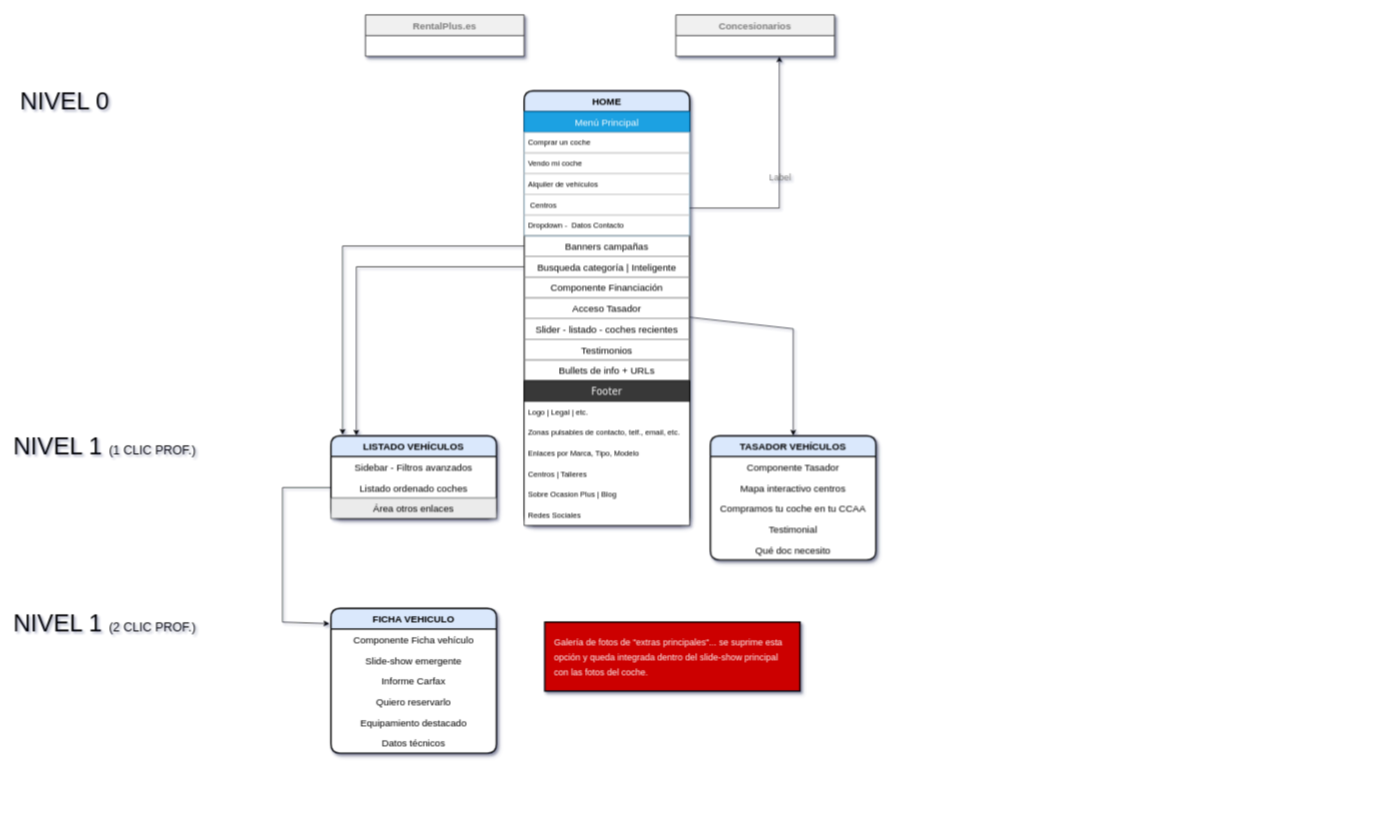
Above: portfolio/AW_OcasionPlus.drawio in enriquesaez/homepage (draw.io), before the change. Source tidied: cells renumbered, new cells numbered last; positions are measured from the earlier drawing's top-left corner, leaving out a move shared by most shapes. Both pictures are drawn from the tidied source at 69%, with x=0, y=0 at pixel (12, 14).
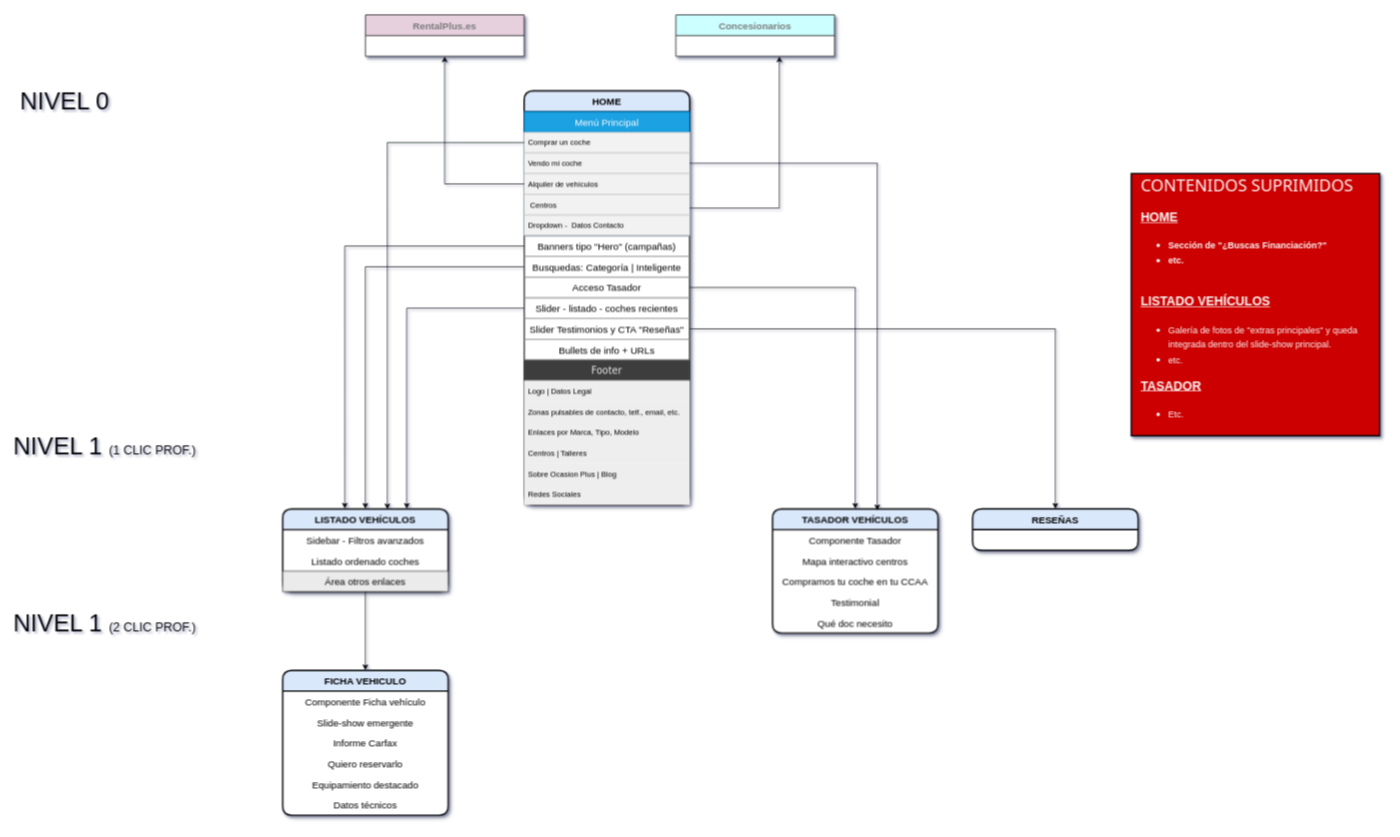
After the change.

The change refers to these unchanged cells:
```xml
<mxCell id="3" value="Menú Principal" style="swimlane;fontStyle=0;horizontal=1;startSize=30;fontFamily=Helvetica;fontSize=14;strokeWidth=1;fillColor=#1ba1e2;strokeColor=#006EAF;swimlaneFillColor=default;fontColor=#ffffff;" parent="2" vertex="1">
  <mxGeometry y="30" width="240" height="180" as="geometry" />
</mxCell>
<mxCell id="25" value="Listado ordenado coches" style="text;strokeColor=none;fillColor=none;align=center;verticalAlign=middle;spacingLeft=4;spacingRight=4;overflow=hidden;points=[[0,0.5],[1,0.5]];portConstraint=eastwest;strokeWidth=2;fontStyle=0;fontSize=14;" parent="23" vertex="1">
  <mxGeometry y="60" width="240" height="30" as="geometry" />
</mxCell>
<mxCell id="26" value="Área otros enlaces" style="swimlane;fontStyle=0;horizontal=1;startSize=30;fontFamily=Helvetica;fontSize=14;strokeWidth=1;fillColor=#EBEBEB;strokeColor=#36393d;gradientColor=none;swimlaneFillColor=default;" parent="23" vertex="1" collapsed="1">
  <mxGeometry y="90" width="240" height="30" as="geometry" />
</mxCell>
<mxCell id="48" style="endArrow=classic;html=1;rounded=0;fontSize=13;fontColor=#7D7D7D;" parent="1" edge="1">
  <mxGeometry relative="1" as="geometry">
    <mxPoint x="982" y="280" as="sourcePoint" />
    <mxPoint x="1112" y="60" as="targetPoint" />
    <Array as="points">
      <mxPoint x="1112" y="280" />
    </Array>
  </mxGeometry>
</mxCell>
```

What changed in the source:
```diff
@@
     <mxCell id="2" value="HOME" style="swimlane;fontStyle=1;horizontal=1;startSize=30;fillColor=#dae8fc;strokeColor=default;gradientColor=none;swimlaneFillColor=default;strokeWidth=2;perimeterSpacing=0;rounded=1;shadow=1;sketch=0;glass=0;fontSize=14;" parent="1" vertex="1">
-      <mxGeometry x="742" y="110" width="240" height="630" as="geometry" />
+      <mxGeometry x="742" y="110" width="240" height="600" as="geometry" />
     </mxCell>
@@
-    <mxCell id="4" value="Comprar un coche" style="text;strokeColor=#BFBFBF;fillColor=none;align=left;verticalAlign=middle;spacingLeft=4;spacingRight=4;overflow=hidden;points=[[0,0.5],[1,0.5]];portConstraint=eastwest;fontFamily=Helvetica;fontSize=11;fontColor=default;strokeWidth=1;" parent="3" vertex="1">
+    <mxCell id="4" value="Comprar un coche" style="text;strokeColor=#BFBFBF;fillColor=#F2F2F2;align=left;verticalAlign=middle;spacingLeft=4;spacingRight=4;overflow=hidden;points=[[0,0.5],[1,0.5]];portConstraint=eastwest;fontFamily=Helvetica;fontSize=11;fontColor=default;strokeWidth=1;" parent="3" vertex="1">
       <mxGeometry y="30" width="240" height="30" as="geometry" />
     </mxCell>
-    <mxCell id="5" value="Vendo mi coche" style="text;strokeColor=#BFBFBF;fillColor=none;align=left;verticalAlign=middle;spacingLeft=4;spacingRight=4;overflow=hidden;points=[[0,0.5],[1,0.5]];portConstraint=eastwest;fontFamily=Helvetica;fontSize=11;fontColor=default;strokeWidth=1;" parent="3" vertex="1">
+    <mxCell id="5" value="Vendo mi coche" style="text;strokeColor=#BFBFBF;fillColor=#F2F2F2;align=left;verticalAlign=middle;spacingLeft=4;spacingRight=4;overflow=hidden;points=[[0,0.5],[1,0.5]];portConstraint=eastwest;fontFamily=Helvetica;fontSize=11;fontColor=default;strokeWidth=1;" parent="3" vertex="1">
       <mxGeometry y="60" width="240" height="30" as="geometry" />
     </mxCell>
-    <mxCell id="6" value="Alquiler de vehículos" style="text;strokeColor=#BFBFBF;fillColor=none;align=left;verticalAlign=middle;spacingLeft=4;spacingRight=4;overflow=hidden;points=[[0,0.5],[1,0.5]];portConstraint=eastwest;fontFamily=Helvetica;fontSize=11;fontColor=default;strokeWidth=1;" parent="3" vertex="1">
+    <mxCell id="6" value="Alquiler de vehículos" style="text;strokeColor=#BFBFBF;fillColor=#F2F2F2;align=left;verticalAlign=middle;spacingLeft=4;spacingRight=4;overflow=hidden;points=[[0,0.5],[1,0.5]];portConstraint=eastwest;fontFamily=Helvetica;fontSize=11;fontColor=default;strokeWidth=1;" parent="3" vertex="1">
       <mxGeometry y="90" width="240" height="30" as="geometry" />
     </mxCell>
-    <mxCell id="7" value=" Centros" style="text;strokeColor=#BFBFBF;fillColor=none;align=left;verticalAlign=middle;spacingLeft=4;spacingRight=4;overflow=hidden;fontFamily=Helvetica;fontSize=11;fontColor=default;strokeWidth=1;" parent="3" vertex="1">
+    <mxCell id="7" value=" Centros" style="text;strokeColor=#BFBFBF;fillColor=#F2F2F2;align=left;verticalAlign=middle;spacingLeft=4;spacingRight=4;overflow=hidden;fontFamily=Helvetica;fontSize=11;fontColor=default;strokeWidth=1;" parent="3" vertex="1">
       <mxGeometry y="120" width="240" height="30" as="geometry" />
     </mxCell>
-    <mxCell id="8" value="Dropdown -  Datos Contacto" style="text;strokeColor=#BFBFBF;fillColor=none;align=left;verticalAlign=middle;spacingLeft=4;spacingRight=4;overflow=hidden;fontFamily=Helvetica;fontSize=11;fontColor=default;strokeWidth=1;" parent="3" vertex="1">
+    <mxCell id="8" value="Dropdown -  Datos Contacto" style="text;strokeColor=#BFBFBF;fillColor=#F2F2F2;align=left;verticalAlign=middle;spacingLeft=4;spacingRight=4;overflow=hidden;fontFamily=Helvetica;fontSize=11;fontColor=default;strokeWidth=1;" parent="3" vertex="1">
       <mxGeometry y="150" width="240" height="30" as="geometry" />
     </mxCell>
-    <mxCell id="9" value="Banners campañas" style="text;strokeColor=#8C8C8C;fillColor=none;align=center;verticalAlign=middle;spacingLeft=4;spacingRight=4;overflow=hidden;points=[[0,0.5],[1,0.5]];portConstraint=eastwest;strokeWidth=1;fontStyle=0;fontSize=14;" parent="2" vertex="1">
+    <mxCell id="9" value="Banners tipo &quot;Hero&quot; (campañas)" style="text;strokeColor=#8C8C8C;fillColor=none;align=center;verticalAlign=middle;spacingLeft=4;spacingRight=4;overflow=hidden;points=[[0,0.5],[1,0.5]];portConstraint=eastwest;strokeWidth=1;fontStyle=0;fontSize=14;" parent="2" vertex="1">
       <mxGeometry y="210" width="240" height="30" as="geometry" />
     </mxCell>
-    <mxCell id="10" value="Busqueda categoría | Inteligente" style="text;strokeColor=#8C8C8C;fillColor=none;align=center;verticalAlign=middle;spacingLeft=4;spacingRight=4;overflow=hidden;points=[[0,0.5],[1,0.5]];portConstraint=eastwest;strokeWidth=1;fontStyle=0;fontSize=14;" parent="2" vertex="1">
+    <mxCell id="10" value="Busquedas: Categoría | Inteligente" style="text;strokeColor=#8C8C8C;fillColor=none;align=center;verticalAlign=middle;spacingLeft=4;spacingRight=4;overflow=hidden;points=[[0,0.5],[1,0.5]];portConstraint=eastwest;strokeWidth=1;fontStyle=0;fontSize=14;" parent="2" vertex="1">
       <mxGeometry y="240" width="240" height="30" as="geometry" />
     </mxCell>
-    <mxCell id="11" value="Componente Financiación" style="text;strokeColor=#8C8C8C;fillColor=none;align=center;verticalAlign=middle;spacingLeft=4;spacingRight=4;overflow=hidden;strokeWidth=1;fontStyle=0;fontSize=14;" parent="2" vertex="1">
-      <mxGeometry y="270" width="240" height="30" as="geometry" />
-    </mxCell>
     <mxCell id="12" value="Acceso Tasador" style="text;strokeColor=#8C8C8C;fillColor=none;align=center;verticalAlign=middle;spacingLeft=4;spacingRight=4;overflow=hidden;points=[[0,0.5],[1,0.5]];portConstraint=eastwest;strokeWidth=1;fontStyle=0;fontSize=14;" parent="2" vertex="1">
-      <mxGeometry y="300" width="240" height="30" as="geometry" />
+      <mxGeometry y="270" width="240" height="30" as="geometry" />
     </mxCell>
     <mxCell id="13" value="Slider - listado - coches recientes" style="text;strokeColor=#8C8C8C;fillColor=none;align=center;verticalAlign=middle;spacingLeft=4;spacingRight=4;overflow=hidden;points=[[0,0.5],[1,0.5]];portConstraint=eastwest;strokeWidth=1;fontStyle=0;fontSize=14;" parent="2" vertex="1">
-      <mxGeometry y="330" width="240" height="30" as="geometry" />
+      <mxGeometry y="300" width="240" height="30" as="geometry" />
     </mxCell>
-    <mxCell id="14" value="Testimonios" style="text;strokeColor=#8C8C8C;fillColor=none;align=center;verticalAlign=middle;spacingLeft=4;spacingRight=4;overflow=hidden;points=[[0,0.5],[1,0.5]];portConstraint=eastwest;strokeWidth=1;fontStyle=0;fontSize=14;" parent="2" vertex="1">
-      <mxGeometry y="360" width="240" height="30" as="geometry" />
+    <mxCell id="14" value="Slider Testimonios y CTA &quot;Reseñas&quot;" style="text;strokeColor=#8C8C8C;fillColor=none;align=center;verticalAlign=middle;spacingLeft=4;spacingRight=4;overflow=hidden;points=[[0,0.5],[1,0.5]];portConstraint=eastwest;strokeWidth=1;fontStyle=0;fontSize=14;" parent="2" vertex="1">
+      <mxGeometry y="330" width="240" height="30" as="geometry" />
     </mxCell>
     <mxCell id="15" value="Bullets de info + URLs" style="text;strokeColor=#8C8C8C;fillColor=none;align=center;verticalAlign=middle;spacingLeft=4;spacingRight=4;overflow=hidden;strokeWidth=1;fontStyle=0;fontSize=14;" parent="2" vertex="1">
-      <mxGeometry y="390" width="240" height="30" as="geometry" />
+      <mxGeometry y="360" width="240" height="30" as="geometry" />
     </mxCell>
-    <mxCell id="16" value="Footer" style="swimlane;fontStyle=0;horizontal=1;startSize=30;fontFamily=Verdana;fontSize=14;strokeWidth=1;swimlaneFillColor=default;fillColor=#383838;fontColor=#FFFFFF;" parent="2" vertex="1">
-      <mxGeometry y="420" width="240" height="210" as="geometry" />
+    <mxCell id="16" value="Footer" style="swimlane;fontStyle=0;horizontal=1;startSize=30;fontFamily=Verdana;fontSize=14;strokeWidth=1;swimlaneFillColor=default;fillColor=#3D3D3D;fontColor=#EDEDED;strokeColor=#666666;" parent="2" vertex="1">
+      <mxGeometry y="390" width="240" height="210" as="geometry" />
     </mxCell>
-    <mxCell id="17" value="Logo | Legal | etc." style="text;strokeColor=none;fillColor=none;align=left;verticalAlign=middle;spacingLeft=4;spacingRight=4;overflow=hidden;fontFamily=Helvetica;fontSize=11;fontColor=default;" parent="16" vertex="1">
+    <mxCell id="17" value="Logo | Datos Legal" style="text;align=left;verticalAlign=middle;spacingLeft=4;spacingRight=4;overflow=hidden;fontFamily=Helvetica;fontSize=11;fillColor=#eeeeee;strokeColor=none;" parent="16" vertex="1">
       <mxGeometry y="30" width="240" height="30" as="geometry" />
     </mxCell>
-    <mxCell id="18" value="Zonas pulsables de contacto, telf., email, etc." style="text;strokeColor=none;fillColor=none;align=left;verticalAlign=middle;spacingLeft=4;spacingRight=4;overflow=hidden;fontFamily=Helvetica;fontSize=11;fontColor=default;" parent="16" vertex="1">
+    <mxCell id="18" value="Zonas pulsables de contacto, telf., email, etc." style="text;strokeColor=none;fillColor=#eeeeee;align=left;verticalAlign=middle;spacingLeft=4;spacingRight=4;overflow=hidden;fontFamily=Helvetica;fontSize=11;fontColor=default;" parent="16" vertex="1">
       <mxGeometry y="60" width="240" height="30" as="geometry" />
     </mxCell>
-    <mxCell id="19" value="Enlaces por Marca, Tipo, Modelo" style="text;strokeColor=none;fillColor=none;align=left;verticalAlign=middle;spacingLeft=4;spacingRight=4;overflow=hidden;fontFamily=Helvetica;fontSize=11;fontColor=default;" parent="16" vertex="1">
+    <mxCell id="19" value="Enlaces por Marca, Tipo, Modelo" style="text;strokeColor=none;fillColor=#eeeeee;align=left;verticalAlign=middle;spacingLeft=4;spacingRight=4;overflow=hidden;fontFamily=Helvetica;fontSize=11;fontColor=default;" parent="16" vertex="1">
       <mxGeometry y="90" width="240" height="30" as="geometry" />
     </mxCell>
-    <mxCell id="20" value="Centros | Talleres" style="text;strokeColor=none;fillColor=none;align=left;verticalAlign=middle;spacingLeft=4;spacingRight=4;overflow=hidden;fontFamily=Helvetica;fontSize=11;fontColor=default;" parent="16" vertex="1">
+    <mxCell id="20" value="Centros | Talleres" style="text;strokeColor=none;fillColor=#eeeeee;align=left;verticalAlign=middle;spacingLeft=4;spacingRight=4;overflow=hidden;fontFamily=Helvetica;fontSize=11;fontColor=default;" parent="16" vertex="1">
       <mxGeometry y="120" width="240" height="30" as="geometry" />
     </mxCell>
-    <mxCell id="21" value="Sobre Ocasion Plus | Blog" style="text;strokeColor=none;fillColor=none;align=left;verticalAlign=middle;spacingLeft=4;spacingRight=4;overflow=hidden;fontFamily=Helvetica;fontSize=11;fontColor=default;" parent="16" vertex="1">
+    <mxCell id="21" value="Sobre Ocasion Plus | Blog" style="text;strokeColor=none;fillColor=#eeeeee;align=left;verticalAlign=middle;spacingLeft=4;spacingRight=4;overflow=hidden;fontFamily=Helvetica;fontSize=11;fontColor=default;" parent="16" vertex="1">
       <mxGeometry y="150" width="240" height="30" as="geometry" />
     </mxCell>
-    <mxCell id="22" value="Redes Sociales" style="text;strokeColor=none;fillColor=none;align=left;verticalAlign=middle;spacingLeft=4;spacingRight=4;overflow=hidden;fontFamily=Helvetica;fontSize=11;fontColor=default;" parent="16" vertex="1">
+    <mxCell id="22" value="Redes Sociales" style="text;strokeColor=none;fillColor=#eeeeee;align=left;verticalAlign=middle;spacingLeft=4;spacingRight=4;overflow=hidden;fontFamily=Helvetica;fontSize=11;fontColor=default;" parent="16" vertex="1">
       <mxGeometry y="180" width="240" height="30" as="geometry" />
     </mxCell>
     <mxCell id="23" value="LISTADO VEHÍCULOS" style="swimlane;fontStyle=1;horizontal=1;startSize=30;fillColor=#dae8fc;strokeColor=default;gradientColor=none;swimlaneFillColor=default;strokeWidth=2;perimeterSpacing=0;rounded=1;shadow=1;sketch=0;glass=0;fontSize=14;" parent="1" vertex="1">
-      <mxGeometry x="462" y="610" width="240" height="120" as="geometry" />
+      <mxGeometry x="392" y="716" width="240" height="120" as="geometry" />
     </mxCell>
@@
     <mxCell id="27" value="TASADOR VEHÍCULOS" style="swimlane;fontStyle=1;horizontal=1;startSize=30;fillColor=#dae8fc;strokeColor=default;gradientColor=none;swimlaneFillColor=default;strokeWidth=2;perimeterSpacing=0;rounded=1;shadow=1;sketch=0;glass=0;fontSize=14;" parent="1" vertex="1">
-      <mxGeometry x="1012" y="610" width="240" height="180" as="geometry" />
+      <mxGeometry x="1102" y="716" width="240" height="180" as="geometry" />
     </mxCell>
@@
-    <mxCell id="33" style="endArrow=classic;html=1;rounded=0;fontFamily=Verdana;fontSize=11;fontColor=#303030;entryX=0.5;entryY=0;entryDx=0;entryDy=0;" parent="1" edge="1" source="12" target="27">
-      <mxGeometry relative="1" as="geometry">
-        <Array as="points">
-          <mxPoint x="1132" y="455" />
-        </Array>
-      </mxGeometry>
-    </mxCell>
-    <mxCell id="34" value="RentalPlus.es" style="swimlane;fontStyle=1;horizontal=1;startSize=30;fillColor=#F0F0F0;strokeColor=default;gradientColor=none;swimlaneFillColor=default;strokeWidth=1;perimeterSpacing=0;rounded=1;shadow=1;sketch=0;glass=0;fontSize=14;fontColor=#7D7D7D;arcSize=0;" parent="1" vertex="1">
+    <mxCell id="34" value="RentalPlus.es" style="swimlane;fontStyle=1;horizontal=1;startSize=30;fillColor=#E6D0DE;strokeColor=default;gradientColor=none;swimlaneFillColor=default;strokeWidth=1;perimeterSpacing=0;rounded=1;shadow=1;sketch=0;glass=0;fontSize=14;fontColor=#7D7D7D;arcSize=0;" parent="1" vertex="1">
       <mxGeometry x="512" width="230" height="60" as="geometry" />
     </mxCell>
     <mxCell id="35" value="FICHA VEHICULO" style="swimlane;fontStyle=1;horizontal=1;startSize=30;fillColor=#dae8fc;strokeColor=default;gradientColor=none;swimlaneFillColor=default;strokeWidth=2;perimeterSpacing=0;rounded=1;shadow=1;sketch=0;glass=0;fontSize=14;" parent="1" vertex="1">
-      <mxGeometry x="462" y="860" width="240" height="210" as="geometry" />
+      <mxGeometry x="392" y="950" width="240" height="210" as="geometry" />
     </mxCell>
@@
-    <mxCell id="42" style="endArrow=classic;html=1;rounded=0;fontFamily=Helvetica;fontSize=14;fontColor=#FFFFFF;entryX=-0.008;entryY=0.106;entryDx=0;entryDy=0;entryPerimeter=0;" parent="1" edge="1" source="25" target="35">
-      <mxGeometry relative="1" as="geometry">
-        <Array as="points">
-          <mxPoint x="392" y="685" />
-          <mxPoint x="392" y="880" />
-        </Array>
-      </mxGeometry>
-    </mxCell>
@@
-    <mxCell id="46" value="&lt;font style=&quot;font-size: 13px&quot;&gt;Galería de fotos de &quot;extras principales&quot;... se suprime esta opción y queda integrada dentro del slide-show principal con las fotos del coche.&lt;/font&gt;" style="rounded=1;fontSize=18;fillColor=#CC0000;align=left;perimeterSpacing=6;strokeWidth=2;glass=0;shadow=1;sketch=0;whiteSpace=wrap;html=1;fontColor=#FFFFFF;labelBackgroundColor=none;labelBorderColor=none;spacingLeft=0;spacingBottom=0;spacingRight=0;spacing=14;arcSize=0;" parent="1" vertex="1">
-      <mxGeometry x="772" y="880" width="370" height="100" as="geometry" />
+    <mxCell id="46" value="&lt;font color=&quot;#fcfcfc&quot;&gt;&lt;font&gt;&lt;font face=&quot;Tahoma&quot; style=&quot;font-size: 24px&quot;&gt;CONTENIDOS SUPRIMIDOS&lt;/font&gt;&lt;br&gt;&lt;br&gt;&lt;b style=&quot;font-size: 18px&quot;&gt;&lt;u&gt;HOME&lt;/u&gt;&lt;br&gt;&lt;ul&gt;&lt;li&gt;&lt;font&gt;&lt;font&gt;&lt;span style=&quot;font-size: 13px&quot;&gt;Sección de &quot;¿Buscas Financiación?&lt;/span&gt;&lt;span style=&quot;font-size: 13px&quot;&gt;&quot;&amp;nbsp;&lt;/span&gt;&lt;/font&gt;&lt;/font&gt;&lt;/li&gt;&lt;li&gt;&lt;font&gt;&lt;font&gt;&lt;span style=&quot;font-size: 13px&quot;&gt;etc.&amp;nbsp;&lt;/span&gt;&lt;/font&gt;&lt;/font&gt;&lt;/li&gt;&lt;/ul&gt;&lt;/b&gt;&lt;br&gt;&lt;b style=&quot;font-size: 18px&quot;&gt;&lt;u&gt;LISTADO VEHÍCULOS&lt;/u&gt;&lt;/b&gt;&lt;/font&gt;&lt;br&gt;&lt;/font&gt;&lt;ul&gt;&lt;li&gt;&lt;span style=&quot;font-size: 13px&quot;&gt;&lt;font color=&quot;#fcfcfc&quot;&gt;Galería de fotos de &quot;extras principales&quot; y queda integrada dentro del slide-show principal.&lt;/font&gt;&lt;/span&gt;&lt;/li&gt;&lt;li&gt;&lt;span style=&quot;font-size: 13px&quot;&gt;&lt;font color=&quot;#fcfcfc&quot;&gt;etc.&lt;/font&gt;&lt;/span&gt;&lt;/li&gt;&lt;/ul&gt;&lt;div&gt;&lt;font color=&quot;#fcfcfc&quot;&gt;&lt;b&gt;&lt;u&gt;TASADOR&lt;/u&gt;&lt;/b&gt;&lt;br&gt;&lt;/font&gt;&lt;ul&gt;&lt;li&gt;&lt;font color=&quot;#fcfcfc&quot;&gt;&lt;span style=&quot;font-size: 13px&quot;&gt;Etc.&lt;/span&gt;&lt;/font&gt;&lt;/li&gt;&lt;/ul&gt;&lt;/div&gt;" style="rounded=1;fontSize=18;fillColor=#CC0000;align=left;perimeterSpacing=6;strokeWidth=2;glass=0;shadow=1;sketch=0;whiteSpace=wrap;html=1;fontColor=#FFFFFF;labelBackgroundColor=none;labelBorderColor=none;spacingLeft=0;spacingBottom=0;spacingRight=0;spacing=14;arcSize=0;" parent="1" vertex="1">
+      <mxGeometry x="1622" y="230" width="360" height="380" as="geometry" />
     </mxCell>
-    <mxCell id="47" value="Concesionarios" style="swimlane;fontStyle=1;horizontal=1;startSize=30;fillColor=#F0F0F0;strokeColor=default;gradientColor=none;swimlaneFillColor=default;strokeWidth=1;perimeterSpacing=0;rounded=1;shadow=1;sketch=0;glass=0;fontSize=14;fontColor=#7D7D7D;arcSize=0;" parent="1" vertex="1">
+    <mxCell id="47" value="Concesionarios" style="swimlane;fontStyle=1;horizontal=1;startSize=30;fillColor=#CCFFFF;strokeColor=default;gradientColor=none;swimlaneFillColor=default;strokeWidth=1;perimeterSpacing=0;rounded=1;shadow=1;sketch=0;glass=0;fontSize=14;fontColor=#7D7D7D;arcSize=0;" parent="1" vertex="1">
       <mxGeometry x="962" width="230" height="60" as="geometry" />
     </mxCell>
@@
-    <mxCell id="49" value="Label" style="edgeLabel;html=1;align=center;verticalAlign=middle;shadow=1;glass=0;labelBackgroundColor=none;labelBorderColor=none;sketch=0;fontSize=13;fontColor=#7D7D7D;strokeWidth=1;fillColor=#F0F0F0;" parent="48" vertex="1">
-      <mxGeometry relative="1" as="geometry" />
-    </mxCell>
+    <mxCell id="33" style="edgeStyle=orthogonalEdgeStyle;rounded=0;jettySize=auto;html=1;exitX=1;exitY=0.5;exitDx=0;exitDy=0;entryX=0.5;entryY=0;entryDx=0;entryDy=0;" parent="1" edge="1" source="12" target="27">
+      <mxGeometry relative="1" as="geometry" />
+    </mxCell>
+    <mxCell id="51" style="edgeStyle=orthogonalEdgeStyle;rounded=0;jettySize=auto;html=1;exitX=0;exitY=0.5;exitDx=0;exitDy=0;fontSize=18;" parent="1" edge="1" source="10" target="23">
+      <mxGeometry relative="1" as="geometry" />
+    </mxCell>
-    <mxCell id="50" style="edgeStyle=orthogonalEdgeStyle;rounded=0;jettySize=auto;html=1;exitX=0;exitY=0.5;exitDx=0;exitDy=0;entryX=0.071;entryY=-0.011;entryDx=0;entryDy=0;entryPerimeter=0;fontSize=13;fontColor=#7D7D7D;" parent="1" edge="1" source="9" target="23">
+    <mxCell id="50" style="edgeStyle=orthogonalEdgeStyle;rounded=0;jettySize=auto;html=1;exitX=0;exitY=0.5;exitDx=0;exitDy=0;entryX=0.376;entryY=-0.002;entryDx=0;entryDy=0;entryPerimeter=0;fontSize=18;" parent="1" edge="1" source="9" target="23">
       <mxGeometry relative="1" as="geometry" />
     </mxCell>
-    <mxCell id="51" style="edgeStyle=orthogonalEdgeStyle;rounded=0;jettySize=auto;html=1;exitX=0;exitY=0.5;exitDx=0;exitDy=0;entryX=0.154;entryY=-0.001;entryDx=0;entryDy=0;entryPerimeter=0;fontSize=13;fontColor=#7D7D7D;" parent="1" edge="1" source="10" target="23">
-      <mxGeometry relative="1" as="geometry" />
-    </mxCell>
+    <mxCell id="52" style="edgeStyle=orthogonalEdgeStyle;rounded=0;jettySize=auto;html=1;exitX=0;exitY=0.5;exitDx=0;exitDy=0;fontSize=18;entryX=0.5;entryY=1;entryDx=0;entryDy=0;" parent="1" edge="1" source="6" target="34">
+      <mxGeometry relative="1" as="geometry" />
+    </mxCell>
+    <mxCell id="53" style="edgeStyle=orthogonalEdgeStyle;rounded=0;jettySize=auto;html=1;exitX=0.5;exitY=1;exitDx=0;exitDy=0;fontFamily=Tahoma;fontSize=24;fontColor=#EDEDED;" parent="1" edge="1" source="26" target="35">
+      <mxGeometry relative="1" as="geometry" />
+    </mxCell>
+    <mxCell id="54" style="edgeStyle=orthogonalEdgeStyle;rounded=0;jettySize=auto;html=1;exitX=0;exitY=0.5;exitDx=0;exitDy=0;entryX=0.633;entryY=0.006;entryDx=0;entryDy=0;entryPerimeter=0;fontFamily=Tahoma;fontSize=24;fontColor=#EDEDED;" parent="1" edge="1" source="4" target="23">
+      <mxGeometry relative="1" as="geometry" />
+    </mxCell>
+    <mxCell id="55" style="edgeStyle=orthogonalEdgeStyle;rounded=0;jettySize=auto;html=1;exitX=1;exitY=0.5;exitDx=0;exitDy=0;entryX=0.633;entryY=0.012;entryDx=0;entryDy=0;entryPerimeter=0;fontFamily=Tahoma;fontSize=24;fontColor=#EDEDED;" parent="1" edge="1" source="5" target="27">
+      <mxGeometry relative="1" as="geometry" />
+    </mxCell>
+    <mxCell id="56" style="edgeStyle=orthogonalEdgeStyle;rounded=0;jettySize=auto;html=1;exitX=0;exitY=0.5;exitDx=0;exitDy=0;entryX=0.75;entryY=0;entryDx=0;entryDy=0;fontFamily=Tahoma;fontSize=24;fontColor=#EDEDED;" parent="1" edge="1" source="13" target="23">
+      <mxGeometry relative="1" as="geometry" />
+    </mxCell>
+    <mxCell id="57" value="RESEÑAS" style="swimlane;fontStyle=1;horizontal=1;startSize=30;fillColor=#dae8fc;strokeColor=default;gradientColor=none;swimlaneFillColor=default;strokeWidth=2;perimeterSpacing=0;rounded=1;shadow=1;sketch=0;glass=0;fontSize=14;" parent="1" vertex="1">
+      <mxGeometry x="1392" y="716" width="240" height="60" as="geometry" />
+    </mxCell>
+    <mxCell id="58" style="edgeStyle=orthogonalEdgeStyle;rounded=0;jettySize=auto;html=1;exitX=1;exitY=0.5;exitDx=0;exitDy=0;entryX=0.5;entryY=0;entryDx=0;entryDy=0;fontFamily=Tahoma;fontSize=24;fontColor=#EDEDED;" parent="1" edge="1" source="14" target="57">
+      <mxGeometry relative="1" as="geometry" />
+    </mxCell>
```
